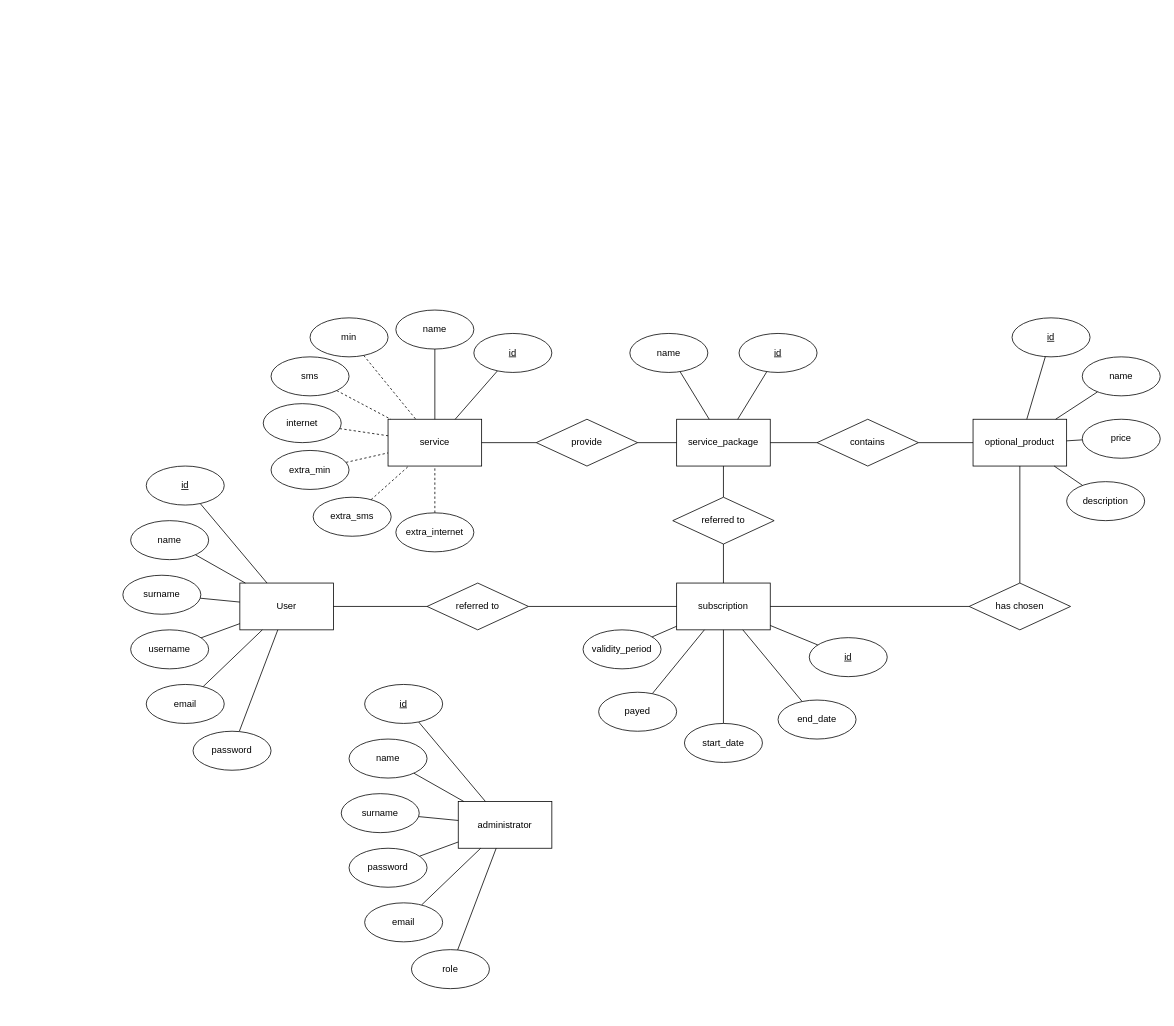
Earlier version of the draw.io diagram Diagrams/er_diagram.drawio (matteovisotto/DB2-SirianiVisotto). Source tidied: cells renumbered, new cells numbered last; positions are measured from the earlier drawing's top-left corner, leaving out a move shared by most shapes. Both pictures are drawn from the tidied source at 78%, with x=0, y=0 at pixel (122, 310).
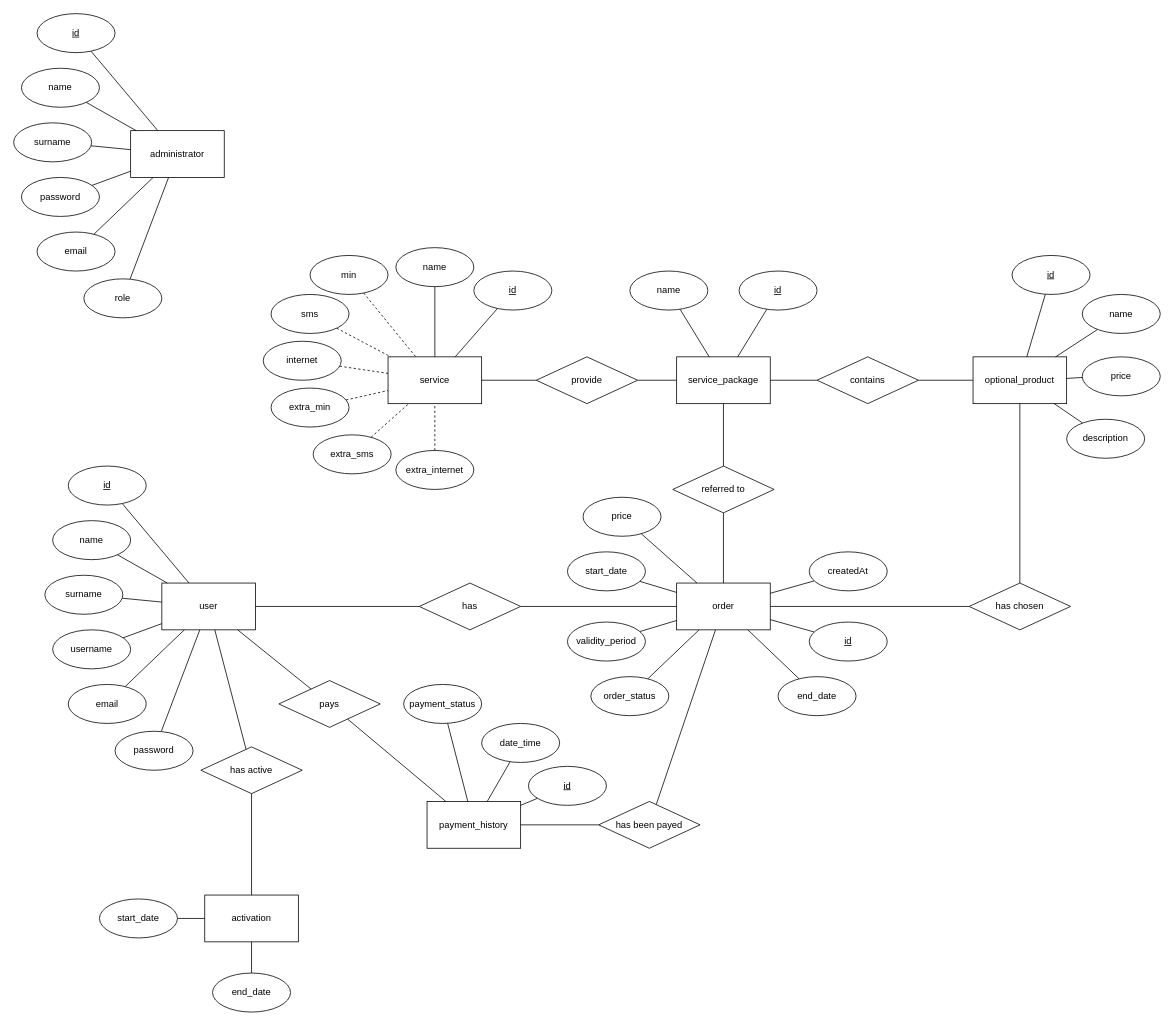
Above is the later version.

What changed in the source:
```diff
@@
-    <mxCell id="2" value="User" style="rounded=0;whiteSpace=wrap;html=1;" parent="1" vertex="1">
-      <mxGeometry x="150" y="350" width="120" height="60" as="geometry" />
+    <mxCell id="2" value="user" style="rounded=0;whiteSpace=wrap;html=1;" parent="1" vertex="1">
+      <mxGeometry x="50" y="350" width="120" height="60" as="geometry" />
     </mxCell>
@@
     <mxCell id="4" value="email" style="ellipse;whiteSpace=wrap;html=1;" parent="1" vertex="1">
-      <mxGeometry x="30" y="480" width="100" height="50" as="geometry" />
+      <mxGeometry x="-70" y="480" width="100" height="50" as="geometry" />
     </mxCell>
@@
     <mxCell id="6" value="password" style="ellipse;whiteSpace=wrap;html=1;" parent="1" vertex="1">
-      <mxGeometry x="90" y="540" width="100" height="50" as="geometry" />
+      <mxGeometry x="-10" y="540" width="100" height="50" as="geometry" />
     </mxCell>
@@
     <mxCell id="8" value="id" style="ellipse;whiteSpace=wrap;html=1;fontStyle=4;" parent="1" vertex="1">
-      <mxGeometry x="30" y="200" width="100" height="50" as="geometry" />
+      <mxGeometry x="-70" y="200" width="100" height="50" as="geometry" />
     </mxCell>
@@
     <mxCell id="10" value="name" style="ellipse;whiteSpace=wrap;html=1;" parent="1" vertex="1">
-      <mxGeometry x="10" y="270" width="100" height="50" as="geometry" />
+      <mxGeometry x="-90" y="270" width="100" height="50" as="geometry" />
     </mxCell>
@@
     <mxCell id="12" value="surname" style="ellipse;whiteSpace=wrap;html=1;" parent="1" vertex="1">
-      <mxGeometry y="340" width="100" height="50" as="geometry" />
+      <mxGeometry x="-100" y="340" width="100" height="50" as="geometry" />
     </mxCell>
@@
     <mxCell id="14" value="username" style="ellipse;whiteSpace=wrap;html=1;" parent="1" vertex="1">
-      <mxGeometry x="10" y="410" width="100" height="50" as="geometry" />
+      <mxGeometry x="-90" y="410" width="100" height="50" as="geometry" />
     </mxCell>
@@
-    <mxCell id="16" value="referred to" style="rhombus;whiteSpace=wrap;html=1;" parent="1" vertex="1">
-      <mxGeometry x="390" y="350" width="130" height="60" as="geometry" />
+    <mxCell id="16" value="has" style="rhombus;whiteSpace=wrap;html=1;" parent="1" vertex="1">
+      <mxGeometry x="380" y="350" width="130" height="60" as="geometry" />
     </mxCell>
-    <mxCell id="17" value="subscription" style="rounded=0;whiteSpace=wrap;html=1;" parent="1" vertex="1">
+    <mxCell id="17" value="order" style="rounded=0;whiteSpace=wrap;html=1;" parent="1" vertex="1">
       <mxGeometry x="710" y="350" width="120" height="60" as="geometry" />
     </mxCell>
@@
     <mxCell id="19" value="end_date" style="ellipse;whiteSpace=wrap;html=1;" parent="1" vertex="1">
-      <mxGeometry x="840" y="500" width="100" height="50" as="geometry" />
+      <mxGeometry x="840" y="470" width="100" height="50" as="geometry" />
     </mxCell>
@@
     <mxCell id="21" value="start_date" style="ellipse;whiteSpace=wrap;html=1;" parent="1" vertex="1">
-      <mxGeometry x="720" y="530" width="100" height="50" as="geometry" />
+      <mxGeometry x="570" y="310" width="100" height="50" as="geometry" />
     </mxCell>
@@
     <mxCell id="23" value="id" style="ellipse;whiteSpace=wrap;html=1;fontStyle=4;" parent="1" vertex="1">
-      <mxGeometry x="880" y="420" width="100" height="50" as="geometry" />
+      <mxGeometry x="880" y="400" width="100" height="50" as="geometry" />
     </mxCell>
@@
     <mxCell id="25" value="validity_period" style="ellipse;whiteSpace=wrap;html=1;" parent="1" vertex="1">
-      <mxGeometry x="590" y="410" width="100" height="50" as="geometry" />
+      <mxGeometry x="570" y="400" width="100" height="50" as="geometry" />
     </mxCell>
@@
-    <mxCell id="27" value="payed" style="ellipse;whiteSpace=wrap;html=1;" parent="1" vertex="1">
-      <mxGeometry x="610" y="490" width="100" height="50" as="geometry" />
+    <mxCell id="27" value="order_status" style="ellipse;whiteSpace=wrap;html=1;" parent="1" vertex="1">
+      <mxGeometry x="600" y="470" width="100" height="50" as="geometry" />
     </mxCell>
@@
     <mxCell id="29" value="service_package" style="rounded=0;whiteSpace=wrap;html=1;" parent="1" vertex="1">
-      <mxGeometry x="710" y="140" width="120" height="60" as="geometry" />
+      <mxGeometry x="710" y="60" width="120" height="60" as="geometry" />
     </mxCell>
@@
     <mxCell id="31" value="id" style="ellipse;whiteSpace=wrap;html=1;fontStyle=4;" parent="1" vertex="1">
-      <mxGeometry x="790" y="30" width="100" height="50" as="geometry" />
+      <mxGeometry x="790" y="-50" width="100" height="50" as="geometry" />
     </mxCell>
@@
     <mxCell id="33" value="name" style="ellipse;whiteSpace=wrap;html=1;" parent="1" vertex="1">
-      <mxGeometry x="650" y="30" width="100" height="50" as="geometry" />
+      <mxGeometry x="650" y="-50" width="100" height="50" as="geometry" />
     </mxCell>
@@
     <mxCell id="35" value="referred to" style="rhombus;whiteSpace=wrap;html=1;" parent="1" vertex="1">
-      <mxGeometry x="705" y="240" width="130" height="60" as="geometry" />
+      <mxGeometry x="705" y="200" width="130" height="60" as="geometry" />
     </mxCell>
@@
     <mxCell id="37" value="optional_product" style="rounded=0;whiteSpace=wrap;html=1;" parent="1" vertex="1">
-      <mxGeometry x="1090" y="140" width="120" height="60" as="geometry" />
+      <mxGeometry x="1090" y="60" width="120" height="60" as="geometry" />
     </mxCell>
@@
     <mxCell id="39" value="id" style="ellipse;whiteSpace=wrap;html=1;fontStyle=4;" parent="1" vertex="1">
-      <mxGeometry x="1140" y="10" width="100" height="50" as="geometry" />
+      <mxGeometry x="1140" y="-70" width="100" height="50" as="geometry" />
     </mxCell>
@@
     <mxCell id="41" value="name" style="ellipse;whiteSpace=wrap;html=1;" parent="1" vertex="1">
-      <mxGeometry x="1230" y="60" width="100" height="50" as="geometry" />
+      <mxGeometry x="1230" y="-20" width="100" height="50" as="geometry" />
     </mxCell>
@@
     <mxCell id="43" value="price" style="ellipse;whiteSpace=wrap;html=1;" parent="1" vertex="1">
-      <mxGeometry x="1230" y="140" width="100" height="50" as="geometry" />
+      <mxGeometry x="1230" y="60" width="100" height="50" as="geometry" />
     </mxCell>
@@
     <mxCell id="45" value="description" style="ellipse;whiteSpace=wrap;html=1;" parent="1" vertex="1">
-      <mxGeometry x="1210" y="220" width="100" height="50" as="geometry" />
+      <mxGeometry x="1210" y="140" width="100" height="50" as="geometry" />
     </mxCell>
@@
     <mxCell id="47" value="contains" style="rhombus;whiteSpace=wrap;html=1;" parent="1" vertex="1">
-      <mxGeometry x="890" y="140" width="130" height="60" as="geometry" />
+      <mxGeometry x="890" y="60" width="130" height="60" as="geometry" />
     </mxCell>
@@
     <mxCell id="52" value="service" style="rounded=0;whiteSpace=wrap;html=1;" parent="1" vertex="1">
-      <mxGeometry x="340" y="140" width="120" height="60" as="geometry" />
+      <mxGeometry x="340" y="60" width="120" height="60" as="geometry" />
     </mxCell>
@@
     <mxCell id="54" value="internet" style="ellipse;whiteSpace=wrap;html=1;" parent="1" vertex="1">
-      <mxGeometry x="180" y="120" width="100" height="50" as="geometry" />
+      <mxGeometry x="180" y="40" width="100" height="50" as="geometry" />
     </mxCell>
@@
     <mxCell id="56" value="extra_min" style="ellipse;whiteSpace=wrap;html=1;" parent="1" vertex="1">
-      <mxGeometry x="190" y="180" width="100" height="50" as="geometry" />
+      <mxGeometry x="190" y="100" width="100" height="50" as="geometry" />
     </mxCell>
@@
     <mxCell id="58" value="id" style="ellipse;whiteSpace=wrap;html=1;fontStyle=4;" parent="1" vertex="1">
-      <mxGeometry x="450" y="30" width="100" height="50" as="geometry" />
+      <mxGeometry x="450" y="-50" width="100" height="50" as="geometry" />
     </mxCell>
@@
     <mxCell id="60" value="name" style="ellipse;whiteSpace=wrap;html=1;" parent="1" vertex="1">
-      <mxGeometry x="350" width="100" height="50" as="geometry" />
+      <mxGeometry x="350" y="-80" width="100" height="50" as="geometry" />
     </mxCell>
@@
     <mxCell id="62" value="min" style="ellipse;whiteSpace=wrap;html=1;" parent="1" vertex="1">
-      <mxGeometry x="240" y="10" width="100" height="50" as="geometry" />
+      <mxGeometry x="240" y="-70" width="100" height="50" as="geometry" />
     </mxCell>
@@
     <mxCell id="64" value="sms" style="ellipse;whiteSpace=wrap;html=1;" parent="1" vertex="1">
-      <mxGeometry x="190" y="60" width="100" height="50" as="geometry" />
+      <mxGeometry x="190" y="-20" width="100" height="50" as="geometry" />
     </mxCell>
@@
     <mxCell id="66" value="extra_sms" style="ellipse;whiteSpace=wrap;html=1;" parent="1" vertex="1">
-      <mxGeometry x="244" y="240" width="100" height="50" as="geometry" />
+      <mxGeometry x="244" y="160" width="100" height="50" as="geometry" />
     </mxCell>
-    <mxCell id="67" style="endArrow=none;html=1;rounded=0;dashed=1;" parent="1" edge="1" source="68" target="52">
-      <mxGeometry relative="1" as="geometry" />
+    <mxCell id="67" style="endArrow=none;html=1;rounded=0;dashed=1;" parent="1" edge="1" target="52">
+      <mxGeometry relative="1" as="geometry">
+        <mxPoint x="400" y="180" as="sourcePoint" />
+      </mxGeometry>
     </mxCell>
     <mxCell id="68" value="extra_internet" style="ellipse;whiteSpace=wrap;html=1;" parent="1" vertex="1">
-      <mxGeometry x="350" y="260" width="100" height="50" as="geometry" />
+      <mxGeometry x="350" y="180" width="100" height="50" as="geometry" />
     </mxCell>
@@
     <mxCell id="70" value="provide" style="rhombus;whiteSpace=wrap;html=1;" parent="1" vertex="1">
-      <mxGeometry x="530" y="140" width="130" height="60" as="geometry" />
+      <mxGeometry x="530" y="60" width="130" height="60" as="geometry" />
     </mxCell>
@@
     <mxCell id="72" value="administrator" style="rounded=0;whiteSpace=wrap;html=1;" parent="1" vertex="1">
-      <mxGeometry x="430" y="630" width="120" height="60" as="geometry" />
+      <mxGeometry x="10" y="-230" width="120" height="60" as="geometry" />
     </mxCell>
@@
     <mxCell id="74" value="email" style="ellipse;whiteSpace=wrap;html=1;" parent="1" vertex="1">
-      <mxGeometry x="310" y="760" width="100" height="50" as="geometry" />
+      <mxGeometry x="-110" y="-100" width="100" height="50" as="geometry" />
     </mxCell>
@@
     <mxCell id="76" value="password" style="ellipse;whiteSpace=wrap;html=1;" parent="1" vertex="1">
-      <mxGeometry x="290" y="690" width="100" height="50" as="geometry" />
+      <mxGeometry x="-130" y="-170" width="100" height="50" as="geometry" />
     </mxCell>
@@
     <mxCell id="78" value="id" style="ellipse;whiteSpace=wrap;html=1;fontStyle=4;" parent="1" vertex="1">
-      <mxGeometry x="310" y="480" width="100" height="50" as="geometry" />
+      <mxGeometry x="-110" y="-380" width="100" height="50" as="geometry" />
     </mxCell>
@@
     <mxCell id="80" value="name" style="ellipse;whiteSpace=wrap;html=1;" parent="1" vertex="1">
-      <mxGeometry x="290" y="550" width="100" height="50" as="geometry" />
+      <mxGeometry x="-130" y="-310" width="100" height="50" as="geometry" />
     </mxCell>
@@
     <mxCell id="82" value="surname" style="ellipse;whiteSpace=wrap;html=1;" parent="1" vertex="1">
-      <mxGeometry x="280" y="620" width="100" height="50" as="geometry" />
+      <mxGeometry x="-140" y="-240" width="100" height="50" as="geometry" />
     </mxCell>
@@
     <mxCell id="84" value="role" style="ellipse;whiteSpace=wrap;html=1;" parent="1" vertex="1">
-      <mxGeometry x="370" y="820" width="100" height="50" as="geometry" />
+      <mxGeometry x="-50" y="-40" width="100" height="50" as="geometry" />
     </mxCell>
+    <mxCell id="85" style="endArrow=none;html=1;rounded=0;" parent="1" edge="1" source="86" target="17">
+      <mxGeometry relative="1" as="geometry" />
+    </mxCell>
+    <mxCell id="86" value="price" style="ellipse;whiteSpace=wrap;html=1;" parent="1" vertex="1">
+      <mxGeometry x="590" y="240" width="100" height="50" as="geometry" />
+    </mxCell>
+    <mxCell id="87" style="endArrow=none;html=1;rounded=0;" parent="1" edge="1" source="88" target="17">
+      <mxGeometry relative="1" as="geometry" />
+    </mxCell>
+    <mxCell id="88" value="createdAt" style="ellipse;whiteSpace=wrap;html=1;" parent="1" vertex="1">
+      <mxGeometry x="880" y="310" width="100" height="50" as="geometry" />
+    </mxCell>
+    <mxCell id="89" style="endArrow=none;html=1;rounded=0;" parent="1" edge="1" source="17" target="90">
+      <mxGeometry relative="1" as="geometry" />
+    </mxCell>
+    <mxCell id="90" value="has been payed" style="rhombus;whiteSpace=wrap;html=1;" parent="1" vertex="1">
+      <mxGeometry x="610" y="630" width="130" height="60" as="geometry" />
+    </mxCell>
+    <mxCell id="91" value="payment_history" style="rounded=0;whiteSpace=wrap;html=1;" parent="1" vertex="1">
+      <mxGeometry x="390" y="630" width="120" height="60" as="geometry" />
+    </mxCell>
+    <mxCell id="92" style="endArrow=none;html=1;rounded=0;" parent="1" edge="1" source="91" target="90">
+      <mxGeometry relative="1" as="geometry" />
+    </mxCell>
+    <mxCell id="93" value="pays" style="rhombus;whiteSpace=wrap;html=1;" parent="1" vertex="1">
+      <mxGeometry x="200" y="475" width="130" height="60" as="geometry" />
+    </mxCell>
+    <mxCell id="94" style="endArrow=none;html=1;rounded=0;" parent="1" edge="1" source="93" target="2">
+      <mxGeometry relative="1" as="geometry" />
+    </mxCell>
+    <mxCell id="95" style="endArrow=none;html=1;rounded=0;" parent="1" edge="1" source="93" target="91">
+      <mxGeometry relative="1" as="geometry" />
+    </mxCell>
+    <mxCell id="96" style="endArrow=none;html=1;rounded=0;" parent="1" edge="1" source="97" target="91">
+      <mxGeometry relative="1" as="geometry" />
+    </mxCell>
+    <mxCell id="97" value="id" style="ellipse;whiteSpace=wrap;html=1;fontStyle=4;" parent="1" vertex="1">
+      <mxGeometry x="520" y="585" width="100" height="50" as="geometry" />
+    </mxCell>
+    <mxCell id="98" style="endArrow=none;html=1;rounded=0;" parent="1" edge="1" source="99" target="91">
+      <mxGeometry relative="1" as="geometry" />
+    </mxCell>
+    <mxCell id="99" value="date_time" style="ellipse;whiteSpace=wrap;html=1;" parent="1" vertex="1">
+      <mxGeometry x="460" y="530" width="100" height="50" as="geometry" />
+    </mxCell>
+    <mxCell id="100" style="endArrow=none;html=1;rounded=0;" parent="1" edge="1" source="101" target="91">
+      <mxGeometry relative="1" as="geometry" />
+    </mxCell>
+    <mxCell id="101" value="payment_status" style="ellipse;whiteSpace=wrap;html=1;" parent="1" vertex="1">
+      <mxGeometry x="360" y="480" width="100" height="50" as="geometry" />
+    </mxCell>
+    <mxCell id="102" value="activation" style="rounded=0;whiteSpace=wrap;html=1;" parent="1" vertex="1">
+      <mxGeometry x="105" y="750" width="120" height="60" as="geometry" />
+    </mxCell>
+    <mxCell id="103" value="has active" style="rhombus;whiteSpace=wrap;html=1;" parent="1" vertex="1">
+      <mxGeometry x="100" y="560" width="130" height="60" as="geometry" />
+    </mxCell>
+    <mxCell id="104" style="endArrow=none;html=1;rounded=0;" parent="1" edge="1" source="103" target="2">
+      <mxGeometry relative="1" as="geometry" />
+    </mxCell>
+    <mxCell id="105" style="endArrow=none;html=1;rounded=0;" parent="1" edge="1" source="103" target="102">
+      <mxGeometry relative="1" as="geometry" />
+    </mxCell>
+    <mxCell id="106" style="endArrow=none;html=1;rounded=0;" parent="1" edge="1" source="107" target="102">
+      <mxGeometry relative="1" as="geometry" />
+    </mxCell>
+    <mxCell id="107" value="end_date" style="ellipse;whiteSpace=wrap;html=1;" parent="1" vertex="1">
+      <mxGeometry x="115" y="850" width="100" height="50" as="geometry" />
+    </mxCell>
+    <mxCell id="108" style="endArrow=none;html=1;rounded=0;" parent="1" edge="1" source="109" target="102">
+      <mxGeometry relative="1" as="geometry" />
+    </mxCell>
+    <mxCell id="109" value="start_date" style="ellipse;whiteSpace=wrap;html=1;" parent="1" vertex="1">
+      <mxGeometry x="-30" y="755" width="100" height="50" as="geometry" />
+    </mxCell>
```
